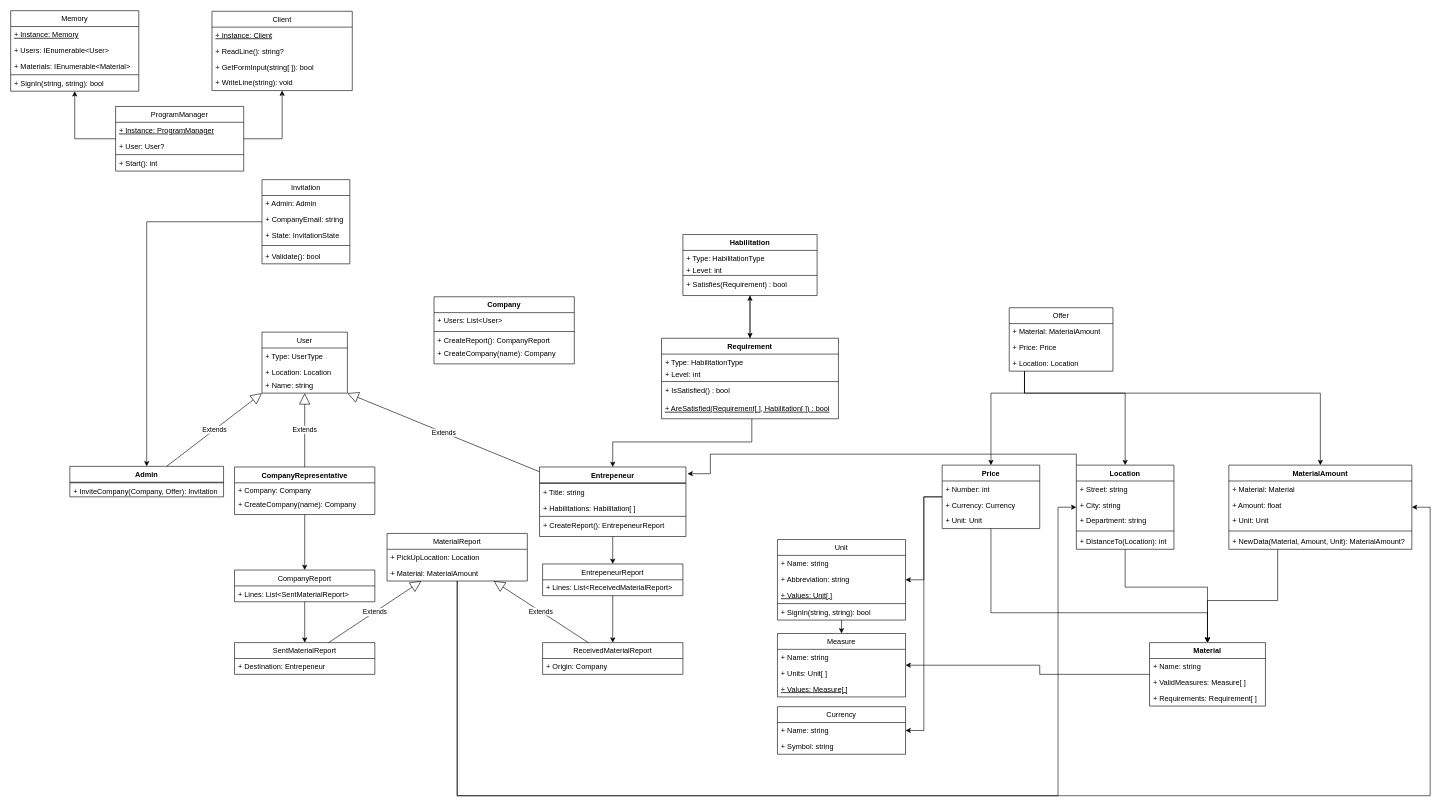
This is assets/old-assets/UML-diagram.drawio from ProgramacionII-Equipo3/Grupo3-Proyecto, a draw.io file, before an edit. Source tidied: cells renumbered, new cells numbered last; positions are measured from the earlier drawing's top-left corner, leaving out a move shared by most shapes. Both pictures are drawn from the tidied source at 61%, with x=0, y=0 at pixel (10, 10).
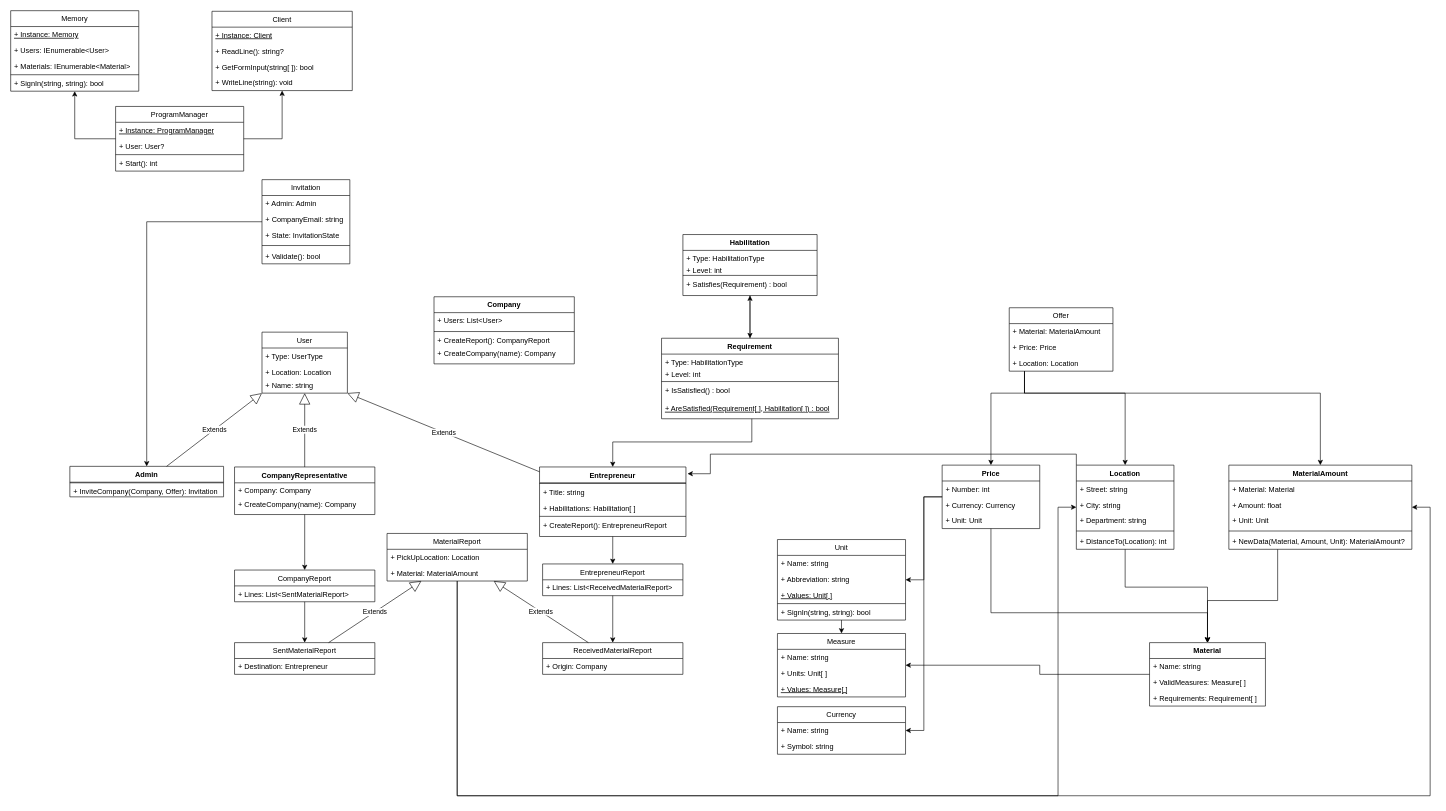
After the change.

The change refers to these unchanged cells:
```xml
<mxCell id="76" value="SentMaterialReport" style="swimlane;fontStyle=0;horizontal=1;startSize=26;" parent="1" vertex="1">
  <mxGeometry x="367" y="1036" width="230" height="52" as="geometry" />
</mxCell>
```

Diff of the diagram source:
```diff
@@
-    <mxCell id="7" value="Entrepeneur" style="swimlane;fontStyle=1;align=center;verticalAlign=top;horizontal=1;startSize=26;" parent="1" vertex="1">
+    <mxCell id="7" value="Entrepreneur" style="swimlane;fontStyle=1;align=center;verticalAlign=top;horizontal=1;startSize=26;" parent="1" vertex="1">
       <mxGeometry x="867" y="748" width="240" height="114" as="geometry" />
     </mxCell>
@@
-    <mxCell id="12" value="+ CreateReport(): EntrepeneurReport" style="text;align=left;verticalAlign=top;spacingLeft=4;spacingRight=4;overflow=hidden;" parent="7" vertex="1">
+    <mxCell id="12" value="+ CreateReport(): EntrepreneurReport" style="text;align=left;verticalAlign=top;spacingLeft=4;spacingRight=4;overflow=hidden;" parent="7" vertex="1">
       <mxGeometry y="82" width="240" height="32" as="geometry" />
     </mxCell>
@@
-    <mxCell id="14" value="EntrepeneurReport" style="swimlane;fontStyle=0;horizontal=1;startSize=26;" parent="1" vertex="1">
+    <mxCell id="14" value="EntrepreneurReport" style="swimlane;fontStyle=0;horizontal=1;startSize=26;" parent="1" vertex="1">
       <mxGeometry x="872" y="907" width="230" height="52" as="geometry" />
     </mxCell>
@@
-    <mxCell id="77" value="+ Destination: Entrepeneur" style="text;align=left;verticalAlign=top;spacingLeft=4;spacingRight=4;overflow=hidden;" parent="76" vertex="1">
+    <mxCell id="77" value="+ Destination: Entrepreneur" style="text;align=left;verticalAlign=top;spacingLeft=4;spacingRight=4;overflow=hidden;" parent="76" vertex="1">
       <mxGeometry y="26" width="230" height="26" as="geometry" />
     </mxCell>
```
